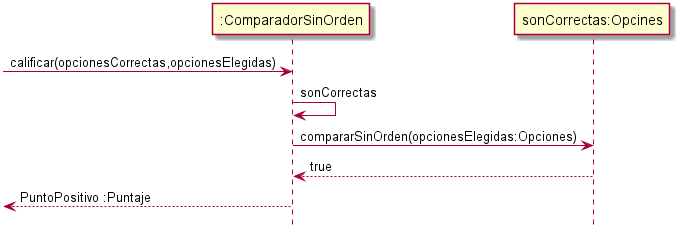
Alex1161/TP2 keeps this PlantUML diagram as src/main/java/edu/fiuba/algo3/Diagramas/png/DS/DSCalificador.png. Above is the earlier version.
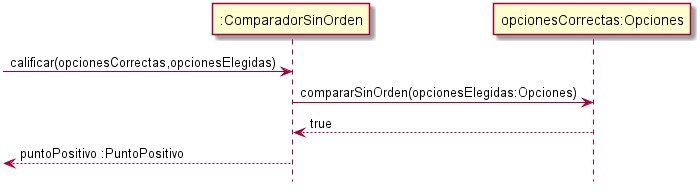
After the commit.

Change to the diagram source:
```diff
@@ -2,8 +2,7 @@
 hide footbox
 
 [->":ComparadorSinOrden":calificar(opcionesCorrectas,opcionesElegidas)
-":ComparadorSinOrden"->":ComparadorSinOrden":sonCorrectas
-":ComparadorSinOrden"->"sonCorrectas:Opcines":compararSinOrden(opcionesElegidas:Opciones)
-"sonCorrectas:Opcines"-->":ComparadorSinOrden": true
-[<--":ComparadorSinOrden": PuntoPositivo :Puntaje
+":ComparadorSinOrden"->"opcionesCorrectas:Opciones":compararSinOrden(opcionesElegidas:Opciones)
+"opcionesCorrectas:Opciones"-->":ComparadorSinOrden": true
+[<--":ComparadorSinOrden": puntoPositivo :PuntoPositivo
 @enduml
```
